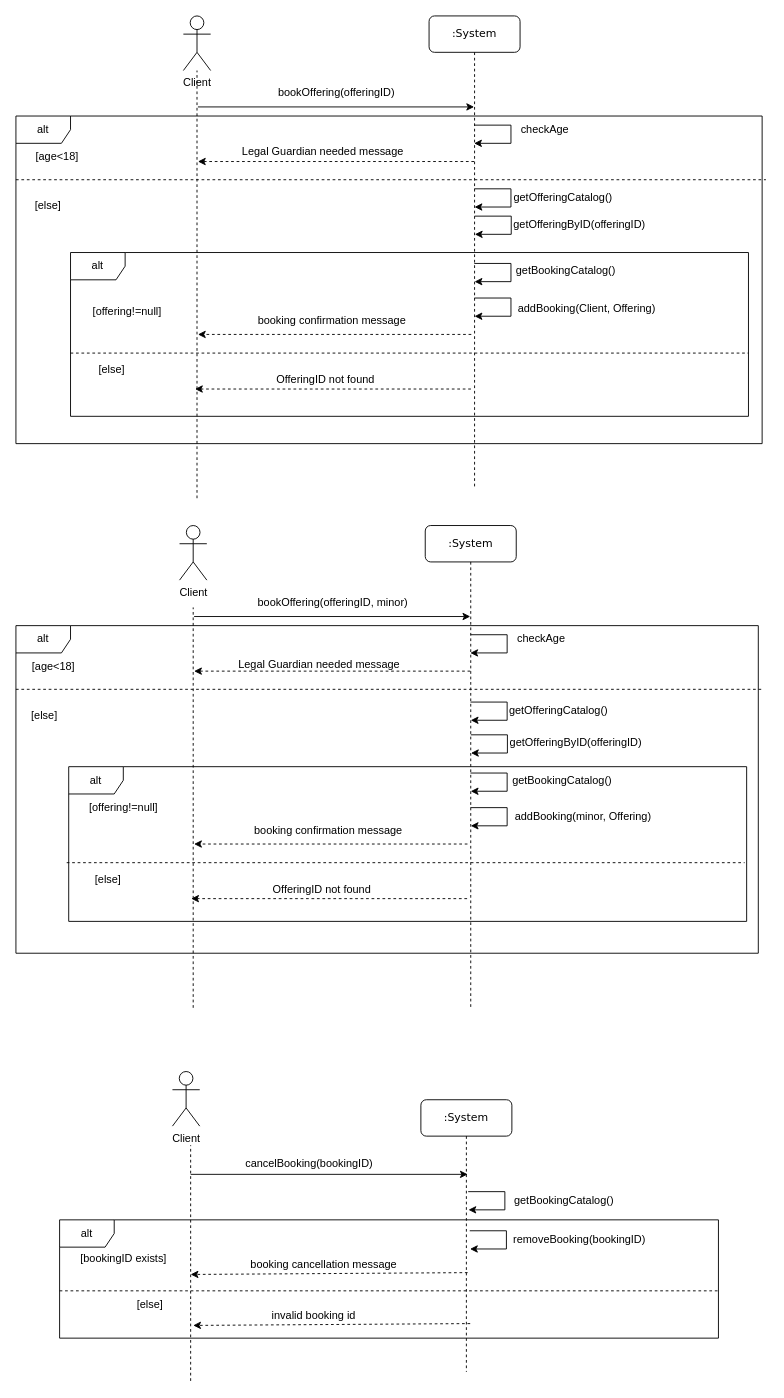
Earlier version of the draw.io diagram iteration 3/drawio files for the artifacts/SSD_Process_Bookings.drawio (codedsami/SOEN-342-Project). Source tidied: cells renumbered, new cells numbered last; positions are measured from the earlier drawing's top-left corner, leaving out a move shared by most shapes. Both pictures are drawn from the tidied source at 91%, with x=0, y=0 at pixel (15, 15).
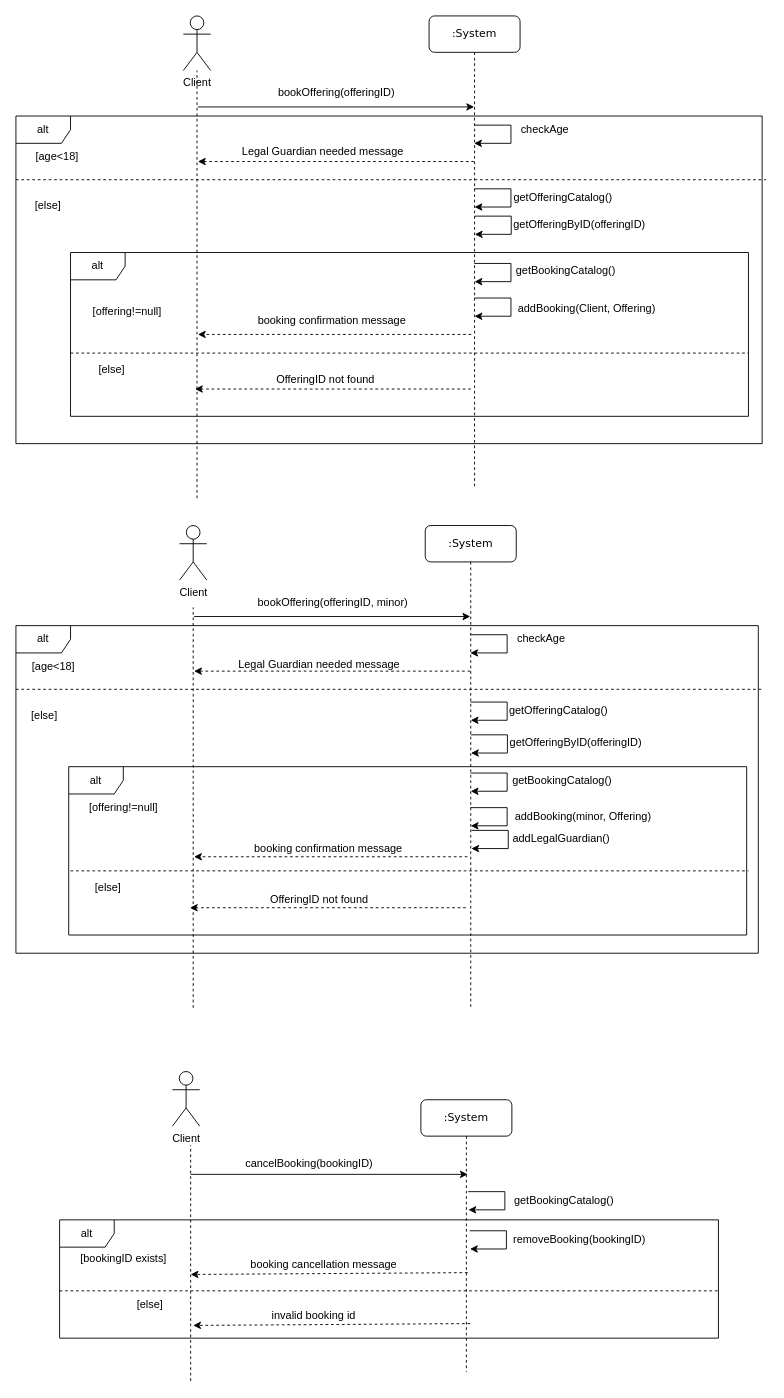
Above is the later version.

What changed in the source:
```diff
@@
     <mxCell id="71" style="endArrow=classic;html=1;rounded=0;dashed=1;" parent="1" edge="1">
       <mxGeometry relative="1" as="geometry">
-        <mxPoint x="496.2" y="910" as="sourcePoint" />
-        <mxPoint x="195.8" y="910" as="targetPoint" />
+        <mxPoint x="496.2" y="924" as="sourcePoint" />
+        <mxPoint x="195.8" y="924" as="targetPoint" />
       </mxGeometry>
     </mxCell>
     <mxCell id="72" value="booking confirmation message" style="text;html=1;align=center;verticalAlign=middle;strokeColor=none;fillColor=none;" parent="1" vertex="1">
-      <mxGeometry x="247.8" y="880" width="190" height="30" as="geometry" />
+      <mxGeometry x="247.8" y="900" width="190" height="30" as="geometry" />
     </mxCell>
     <mxCell id="73" value="alt" style="shape=umlFrame;whiteSpace=wrap;html=1;" parent="1" vertex="1">
-      <mxGeometry x="58" y="825" width="745" height="170" as="geometry" />
+      <mxGeometry x="58" y="825" width="745" height="185" as="geometry" />
     </mxCell>
@@
     <mxCell id="75" style="line;strokeWidth=1;fillColor=none;align=left;verticalAlign=middle;spacingTop=-1;spacingLeft=3;spacingRight=3;labelPosition=right;strokeColor=inherit;dashed=1;" parent="1" vertex="1">
-      <mxGeometry x="55.8" y="921" width="745" height="19" as="geometry" />
+      <mxGeometry x="60" y="930" width="745" height="19" as="geometry" />
     </mxCell>
     <mxCell id="76" value="&lt;div&gt;&lt;br&gt;&lt;/div&gt;&lt;div&gt;[else]&lt;br&gt;&lt;/div&gt;" style="text;html=1;align=center;verticalAlign=middle;strokeColor=none;fillColor=none;" parent="1" vertex="1">
-      <mxGeometry x="75.8" y="921" width="50" height="40" as="geometry" />
+      <mxGeometry x="75.8" y="930" width="50" height="40" as="geometry" />
     </mxCell>
     <mxCell id="77" style="endArrow=classic;html=1;rounded=0;dashed=1;" parent="1" edge="1">
       <mxGeometry relative="1" as="geometry">
-        <mxPoint x="495.8" y="970" as="sourcePoint" />
-        <mxPoint x="192.6" y="970" as="targetPoint" />
+        <mxPoint x="494.4" y="980" as="sourcePoint" />
+        <mxPoint x="191.2" y="980" as="targetPoint" />
       </mxGeometry>
     </mxCell>
     <mxCell id="78" value="OfferingID not found" style="text;html=1;align=center;verticalAlign=middle;strokeColor=none;fillColor=none;" parent="1" vertex="1">
-      <mxGeometry x="270.8" y="945" width="130" height="30" as="geometry" />
+      <mxGeometry x="267.8" y="956" width="130" height="30" as="geometry" />
     </mxCell>
+    <mxCell id="79" style="endArrow=classic;html=1;rounded=0;" parent="1" edge="1">
+      <mxGeometry relative="1" as="geometry">
+        <mxPoint x="500.7" y="895" as="sourcePoint" />
+        <mxPoint x="500.5" y="915" as="targetPoint" />
+        <Array as="points">
+          <mxPoint x="541" y="895" />
+          <mxPoint x="541" y="915" />
+        </Array>
+      </mxGeometry>
+    </mxCell>
+    <mxCell id="80" value="addLegalGuardian()" style="text;html=1;align=center;verticalAlign=middle;strokeColor=none;fillColor=none;" parent="1" vertex="1">
+      <mxGeometry x="533.8" y="889" width="130" height="30" as="geometry" />
+    </mxCell>
```
